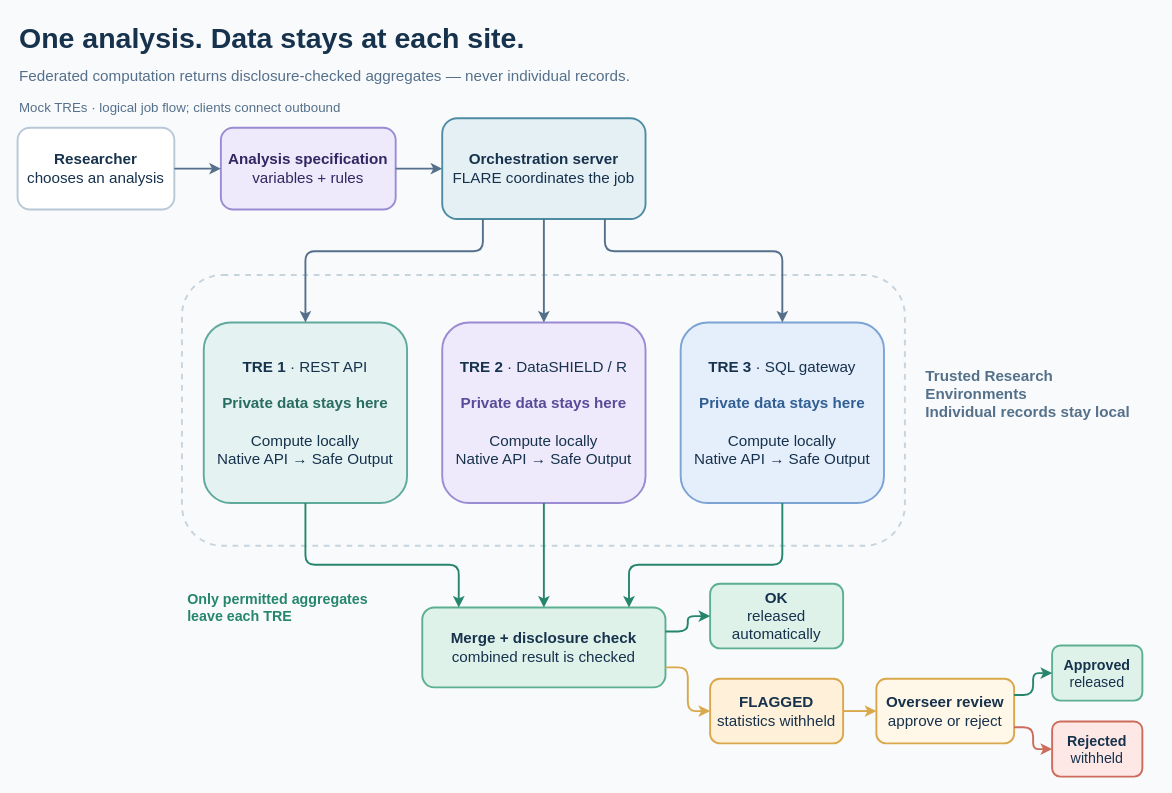
Earlier version of the draw.io diagram docs/architecture/flowchart.drawio (collaborativebioinformatics/Bifrost). Source tidied: cells renumbered, new cells numbered last; positions are measured from the earlier drawing's top-left corner, leaving out a move shared by most shapes. Both pictures are drawn from the tidied source at 95%, with x=0, y=0 at pixel (17, 16).
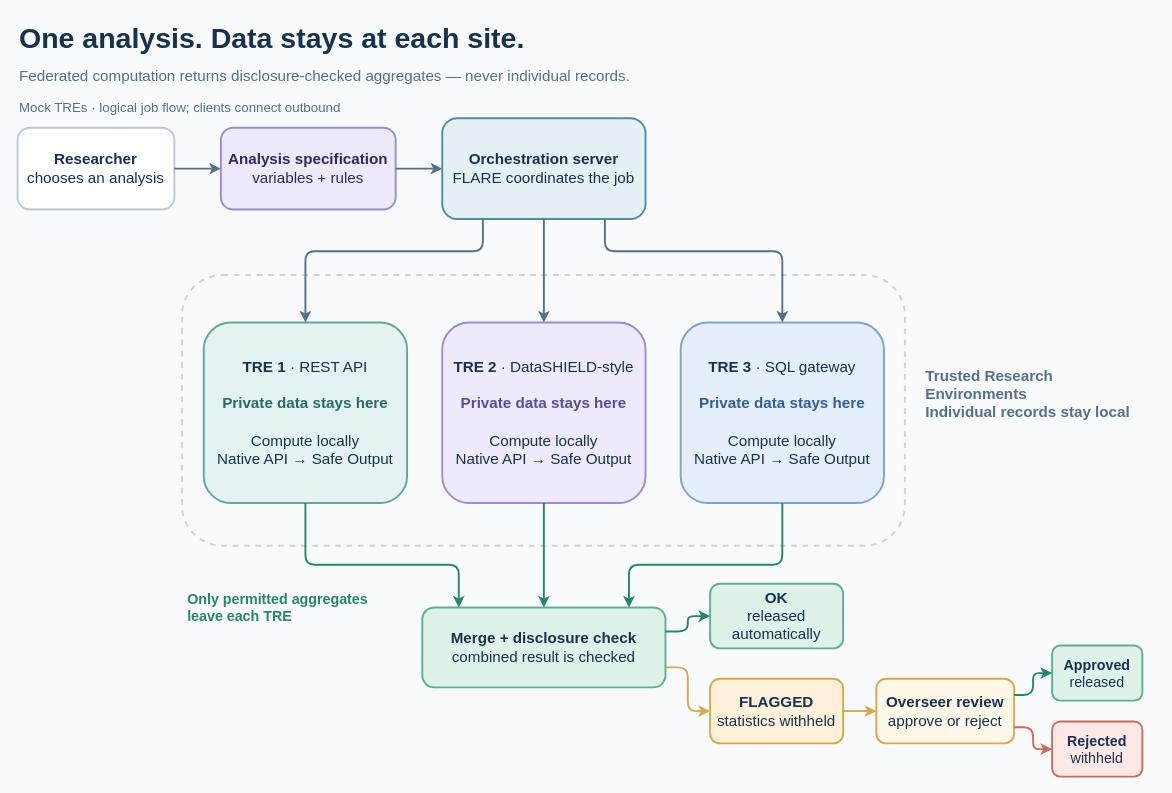
The same diagram, later.

Commit message (it also covers changes not shown here):
docs: label TRE 2 as DataSHIELD-style, not DataSHIELD / R (#27)

The mock is a Python stand-in for Opal/R (tres/datashield/app.py:1), not an R or Opal integration. The old label claimed a component that does not exist, which matters now that this figure is going into the hackathon manuscript.

Source, SVG and PNG regenerated together per AGENTS.md. PNG re-rendered from the SVG with headless Chrome at the existing 1.5x scale (1875x1275); no draw.io CLI is available on this machine.

What changed in the source:
```diff
@@
-    <mxCell id="10" value="&lt;b&gt;TRE 2&lt;/b&gt; · DataSHIELD / R&lt;br&gt;&lt;br&gt;&lt;font color=&quot;#5A4B9A&quot;&gt;&lt;b&gt;Private data stays here&lt;/b&gt;&lt;/font&gt;&lt;br&gt;&lt;br&gt;Compute locally&lt;br&gt;Native API → Safe Output" style="rounded=1;whiteSpace=wrap;html=1;fillColor=#EEEAFB;strokeColor=#9A8BD2;strokeWidth=2;fontSize=16;fontColor=#17324D;align=center;verticalAlign=middle;spacing=8;" parent="1" vertex="1">
+    <mxCell id="10" value="&lt;b&gt;TRE 2&lt;/b&gt; · DataSHIELD-style&lt;br&gt;&lt;br&gt;&lt;font color=&quot;#5A4B9A&quot;&gt;&lt;b&gt;Private data stays here&lt;/b&gt;&lt;/font&gt;&lt;br&gt;&lt;br&gt;Compute locally&lt;br&gt;Native API → Safe Output" style="rounded=1;whiteSpace=wrap;html=1;fillColor=#EEEAFB;strokeColor=#9A8BD2;strokeWidth=2;fontSize=16;fontColor=#17324D;align=center;verticalAlign=middle;spacing=8;" parent="1" vertex="1">
       <mxGeometry x="447" y="322" width="214" height="190" as="geometry" />
     </mxCell>
```
